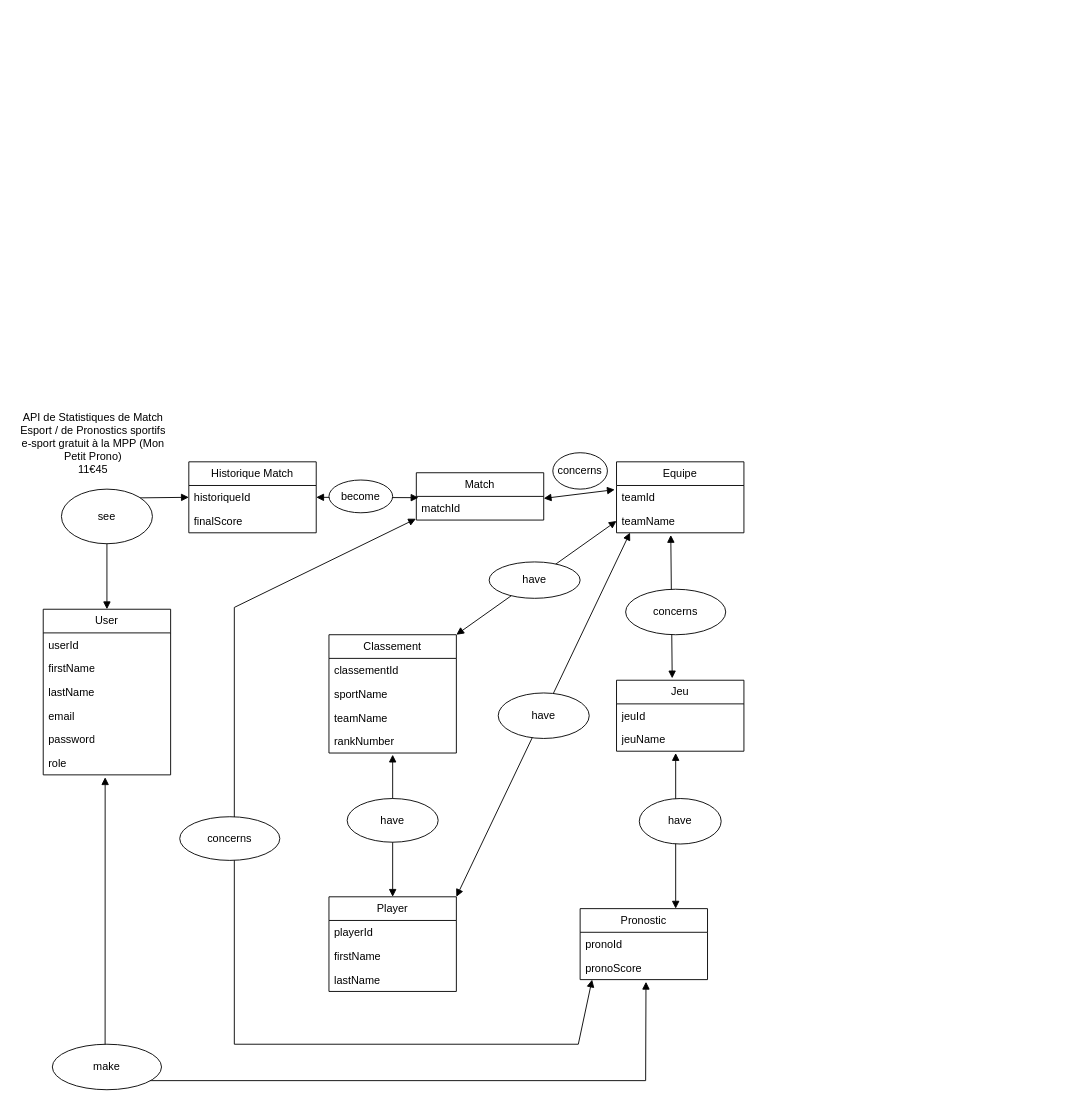
Above: api/MCD API Statistiques Matchs Esport.drawio in Evan-Duval/Langage-PHP (draw.io), before the change. Source tidied: cells renumbered, new cells numbered last; positions are measured from the earlier drawing's top-left corner, leaving out a move shared by most shapes. Both pictures are drawn from the tidied source at 91%, with x=0, y=0 at pixel (15, 407).
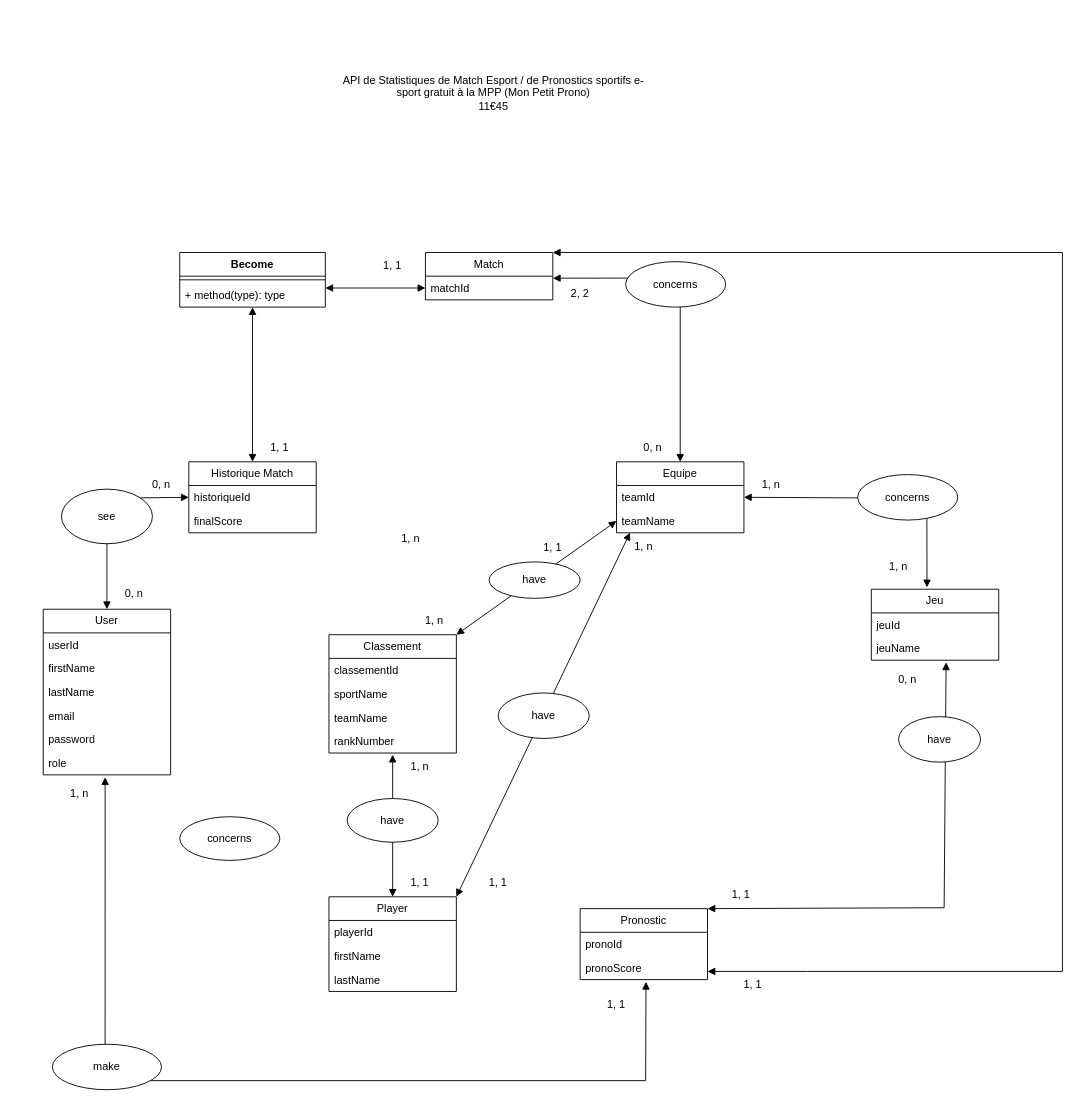
Above is the later version.

Commit message:
Mettre à jour MCD API Statistiques Matchs Esport.drawio

The change refers to these unchanged cells:
```xml
<mxCell id="10" value="Historique Match" style="swimlane;fontStyle=0;horizontal=1;startSize=26;fillColor=none;whiteSpace=wrap;html=1;" parent="1" vertex="1">
  <mxGeometry x="190" y="60" width="140" height="78" as="geometry" />
</mxCell>
<mxCell id="11" value="historiqueId" style="text;strokeColor=none;fillColor=none;align=left;verticalAlign=top;spacingLeft=4;spacingRight=4;overflow=hidden;points=[[0,0.5],[1,0.5]];portConstraint=eastwest;whiteSpace=wrap;html=1;" parent="10" vertex="1">
  <mxGeometry y="26" width="140" height="26" as="geometry" />
</mxCell>
<mxCell id="20" value="jeuName" style="text;strokeColor=none;fillColor=none;align=left;verticalAlign=top;spacingLeft=4;spacingRight=4;overflow=hidden;points=[[0,0.5],[1,0.5]];portConstraint=eastwest;whiteSpace=wrap;html=1;" parent="18" vertex="1">
  <mxGeometry y="52" width="140" height="26" as="geometry" />
</mxCell>
<mxCell id="21" value="Equipe" style="swimlane;fontStyle=0;horizontal=1;startSize=26;fillColor=none;whiteSpace=wrap;html=1;" parent="1" vertex="1">
  <mxGeometry x="660" y="60" width="140" height="78" as="geometry" />
</mxCell>
<mxCell id="22" value="teamId" style="text;strokeColor=none;fillColor=none;align=left;verticalAlign=top;spacingLeft=4;spacingRight=4;overflow=hidden;points=[[0,0.5],[1,0.5]];portConstraint=eastwest;whiteSpace=wrap;html=1;" parent="21" vertex="1">
  <mxGeometry y="26" width="140" height="26" as="geometry" />
</mxCell>
<mxCell id="23" value="teamName" style="text;strokeColor=none;fillColor=none;align=left;verticalAlign=top;spacingLeft=4;spacingRight=4;overflow=hidden;points=[[0,0.5],[1,0.5]];portConstraint=eastwest;whiteSpace=wrap;html=1;" parent="21" vertex="1">
  <mxGeometry y="52" width="140" height="26" as="geometry" />
</mxCell>
<mxCell id="28" value="Pronostic" style="swimlane;fontStyle=0;horizontal=1;startSize=26;fillColor=none;whiteSpace=wrap;html=1;" parent="1" vertex="1">
  <mxGeometry x="620" y="551" width="140" height="78" as="geometry" />
</mxCell>
<mxCell id="30" value="pronoScore" style="text;strokeColor=none;fillColor=none;align=left;verticalAlign=top;spacingLeft=4;spacingRight=4;overflow=hidden;points=[[0,0.5],[1,0.5]];portConstraint=eastwest;whiteSpace=wrap;html=1;" parent="28" vertex="1">
  <mxGeometry y="52" width="140" height="26" as="geometry" />
</mxCell>
<mxCell id="32" value="matchId" style="text;strokeColor=none;fillColor=none;align=left;verticalAlign=top;spacingLeft=4;spacingRight=4;overflow=hidden;points=[[0,0.5],[1,0.5]];portConstraint=eastwest;whiteSpace=wrap;html=1;" parent="31" vertex="1">
  <mxGeometry y="26" width="140" height="26" as="geometry" />
</mxCell>
```

Change to the diagram source:
```diff
@@
     <mxCell id="9" value="API de Statistiques de Match Esport / de Pronostics sportifs e-sport gratuit à la MPP (Mon Petit Prono)&lt;div&gt;11€45&lt;/div&gt;" style="text;html=1;align=center;verticalAlign=middle;whiteSpace=wrap;rounded=0;" parent="1" vertex="1">
-      <mxGeometry width="170" height="80" as="geometry" />
+      <mxGeometry x="350" y="-430" width="350" height="170" as="geometry" />
     </mxCell>
@@
     <mxCell id="18" value="Jeu" style="swimlane;fontStyle=0;horizontal=1;startSize=26;fillColor=none;whiteSpace=wrap;html=1;" parent="1" vertex="1">
-      <mxGeometry x="660" y="300" width="140" height="78" as="geometry" />
+      <mxGeometry x="940" y="200" width="140" height="78" as="geometry" />
     </mxCell>
@@
     <mxCell id="31" value="Match" style="swimlane;fontStyle=0;horizontal=1;startSize=26;fillColor=none;whiteSpace=wrap;html=1;" parent="1" vertex="1">
-      <mxGeometry x="440" y="72" width="140" height="52" as="geometry" />
+      <mxGeometry x="450" y="-170" width="140" height="52" as="geometry" />
     </mxCell>
@@
-    <mxCell id="33" style="endArrow=block;startArrow=block;endFill=1;startFill=1;html=1;rounded=0;exitX=0.426;exitY=1.092;exitDx=0;exitDy=0;exitPerimeter=0;entryX=0.437;entryY=-0.026;entryDx=0;entryDy=0;entryPerimeter=0;" parent="1" edge="1" source="23" target="18">
-      <mxGeometry relative="1" as="geometry" />
+    <mxCell id="33" style="endArrow=block;startArrow=block;endFill=1;startFill=1;html=1;rounded=0;exitX=1;exitY=0.5;exitDx=0;exitDy=0;entryX=0.437;entryY=-0.026;entryDx=0;entryDy=0;entryPerimeter=0;" parent="1" edge="1" source="22" target="18">
+      <mxGeometry relative="1" as="geometry">
+        <Array as="points">
+          <mxPoint x="1001" y="100" />
+        </Array>
+      </mxGeometry>
     </mxCell>
     <mxCell id="34" value="concerns" style="ellipse;whiteSpace=wrap;html=1;" parent="1" vertex="1">
-      <mxGeometry x="670" y="200" width="110" height="50" as="geometry" />
+      <mxGeometry x="925" y="74" width="110" height="50" as="geometry" />
     </mxCell>
@@
-    <mxCell id="37" style="endArrow=block;startArrow=block;endFill=1;startFill=1;html=1;rounded=0;exitX=0.017;exitY=0.054;exitDx=0;exitDy=0;entryX=1;entryY=0.5;entryDx=0;entryDy=0;exitPerimeter=0;" parent="1" edge="1" source="32" target="11">
-      <mxGeometry relative="1" as="geometry" />
-    </mxCell>
-    <mxCell id="38" value="become" style="ellipse;whiteSpace=wrap;html=1;" parent="1" vertex="1">
-      <mxGeometry x="344" y="80" width="70" height="36" as="geometry" />
-    </mxCell>
-    <mxCell id="39" value="concerns" style="ellipse;whiteSpace=wrap;html=1;" parent="1" vertex="1">
-      <mxGeometry x="590" y="50" width="60" height="40" as="geometry" />
-    </mxCell>
-    <mxCell id="40" style="endArrow=block;startArrow=block;endFill=1;startFill=1;html=1;rounded=0;exitX=-0.014;exitY=0.177;exitDx=0;exitDy=0;entryX=1;entryY=0.085;entryDx=0;entryDy=0;exitPerimeter=0;entryPerimeter=0;" parent="1" edge="1" source="22" target="32">
-      <mxGeometry relative="1" as="geometry" />
+    <mxCell id="40" style="endArrow=block;startArrow=block;endFill=1;startFill=1;html=1;rounded=0;exitX=0.5;exitY=0;exitDx=0;exitDy=0;entryX=1;entryY=0.085;entryDx=0;entryDy=0;entryPerimeter=0;" parent="1" edge="1" source="21" target="32">
+      <mxGeometry relative="1" as="geometry">
+        <Array as="points">
+          <mxPoint x="730" y="-142" />
+        </Array>
+      </mxGeometry>
     </mxCell>
-    <mxCell id="41" style="endArrow=block;startArrow=block;endFill=1;startFill=1;html=1;rounded=0;entryX=0.75;entryY=0;entryDx=0;entryDy=0;" parent="1" edge="1" target="28">
+    <mxCell id="41" style="endArrow=block;startArrow=block;endFill=1;startFill=1;html=1;rounded=0;exitX=0.587;exitY=1.088;exitDx=0;exitDy=0;exitPerimeter=0;" parent="1" edge="1" source="20">
       <mxGeometry relative="1" as="geometry">
-        <mxPoint x="725" y="380" as="sourcePoint" />
+        <mxPoint x="760" y="551" as="targetPoint" />
+        <Array as="points">
+          <mxPoint x="1020" y="550" />
+        </Array>
       </mxGeometry>
     </mxCell>
@@
     <mxCell id="44" value="have" style="ellipse;whiteSpace=wrap;html=1;" parent="1" vertex="1">
-      <mxGeometry x="685" y="430" width="90" height="50" as="geometry" />
+      <mxGeometry x="970" y="340" width="90" height="50" as="geometry" />
     </mxCell>
@@
-    <mxCell id="51" style="endArrow=block;startArrow=block;endFill=1;startFill=1;html=1;rounded=0;exitX=-0.003;exitY=0.946;exitDx=0;exitDy=0;entryX=0.094;entryY=1;entryDx=0;entryDy=0;exitPerimeter=0;entryPerimeter=0;" parent="1" edge="1" source="32" target="30">
+    <mxCell id="51" style="endArrow=block;startArrow=block;endFill=1;startFill=1;html=1;rounded=0;exitX=1;exitY=0;exitDx=0;exitDy=0;" parent="1" edge="1" source="31">
       <mxGeometry relative="1" as="geometry">
+        <mxPoint x="760" y="620" as="targetPoint" />
         <Array as="points">
-          <mxPoint x="240" y="220" />
-          <mxPoint x="240" y="700" />
-          <mxPoint x="618" y="700" />
+          <mxPoint x="1150" y="-170" />
+          <mxPoint x="1150" y="620" />
+          <mxPoint x="1010" y="620" />
+          <mxPoint x="870" y="620" />
         </Array>
       </mxGeometry>
     </mxCell>
@@
+    <mxCell id="53" value="1, n" style="text;html=1;align=center;verticalAlign=middle;whiteSpace=wrap;rounded=0;" parent="1" vertex="1">
+      <mxGeometry x="40" y="410" width="60" height="30" as="geometry" />
+    </mxCell>
+    <mxCell id="54" value="1, 1" style="text;html=1;align=center;verticalAlign=middle;whiteSpace=wrap;rounded=0;" parent="1" vertex="1">
+      <mxGeometry x="630" y="642" width="60" height="30" as="geometry" />
+    </mxCell>
+    <mxCell id="55" value="1, 1" style="text;html=1;align=center;verticalAlign=middle;whiteSpace=wrap;rounded=0;" parent="1" vertex="1">
+      <mxGeometry x="767" y="521" width="60" height="30" as="geometry" />
+    </mxCell>
+    <mxCell id="56" value="0, n" style="text;html=1;align=center;verticalAlign=middle;whiteSpace=wrap;rounded=0;" parent="1" vertex="1">
+      <mxGeometry x="950" y="284" width="60" height="30" as="geometry" />
+    </mxCell>
+    <mxCell id="57" value="1, n" style="text;html=1;align=center;verticalAlign=middle;whiteSpace=wrap;rounded=0;" parent="1" vertex="1">
+      <mxGeometry x="940" y="160" width="60" height="30" as="geometry" />
+    </mxCell>
+    <mxCell id="58" value="1, n" style="text;html=1;align=center;verticalAlign=middle;whiteSpace=wrap;rounded=0;" parent="1" vertex="1">
+      <mxGeometry x="800" y="70" width="60" height="30" as="geometry" />
+    </mxCell>
+    <mxCell id="59" value="0, n" style="text;html=1;align=center;verticalAlign=middle;whiteSpace=wrap;rounded=0;" parent="1" vertex="1">
+      <mxGeometry x="670" y="30" width="60" height="30" as="geometry" />
+    </mxCell>
+    <mxCell id="60" value="2, 2" style="text;html=1;align=center;verticalAlign=middle;whiteSpace=wrap;rounded=0;" parent="1" vertex="1">
+      <mxGeometry x="590" y="-140" width="60" height="30" as="geometry" />
+    </mxCell>
+    <mxCell id="61" value="1, 1" style="text;html=1;align=center;verticalAlign=middle;whiteSpace=wrap;rounded=0;" parent="1" vertex="1">
+      <mxGeometry x="384" y="-170" width="60" height="30" as="geometry" />
+    </mxCell>
+    <mxCell id="62" value="1, 1" style="text;html=1;align=center;verticalAlign=middle;whiteSpace=wrap;rounded=0;" parent="1" vertex="1">
+      <mxGeometry x="260" y="30" width="60" height="30" as="geometry" />
+    </mxCell>
+    <mxCell id="63" value="0, n" style="text;html=1;align=center;verticalAlign=middle;whiteSpace=wrap;rounded=0;" parent="1" vertex="1">
+      <mxGeometry x="100" y="190" width="60" height="30" as="geometry" />
+    </mxCell>
+    <mxCell id="64" value="0, n" style="text;html=1;align=center;verticalAlign=middle;whiteSpace=wrap;rounded=0;" parent="1" vertex="1">
+      <mxGeometry x="130" y="70" width="60" height="30" as="geometry" />
+    </mxCell>
+    <mxCell id="65" value="1, n" style="text;html=1;align=center;verticalAlign=middle;whiteSpace=wrap;rounded=0;" parent="1" vertex="1">
+      <mxGeometry x="404" y="130" width="60" height="30" as="geometry" />
+    </mxCell>
+    <mxCell id="66" value="1, 1" style="text;html=1;align=center;verticalAlign=middle;whiteSpace=wrap;rounded=0;" parent="1" vertex="1">
+      <mxGeometry x="780" y="620" width="60" height="30" as="geometry" />
+    </mxCell>
+    <mxCell id="67" value="1, 1" style="text;html=1;align=center;verticalAlign=middle;whiteSpace=wrap;rounded=0;" parent="1" vertex="1">
+      <mxGeometry x="500" y="508" width="60" height="30" as="geometry" />
+    </mxCell>
+    <mxCell id="68" value="1, n" style="text;html=1;align=center;verticalAlign=middle;whiteSpace=wrap;rounded=0;" parent="1" vertex="1">
+      <mxGeometry x="660" y="138" width="60" height="30" as="geometry" />
+    </mxCell>
+    <mxCell id="69" value="1, 1" style="text;html=1;align=center;verticalAlign=middle;whiteSpace=wrap;rounded=0;" parent="1" vertex="1">
+      <mxGeometry x="560" y="140" width="60" height="30" as="geometry" />
+    </mxCell>
+    <mxCell id="70" value="1, n" style="text;html=1;align=center;verticalAlign=middle;whiteSpace=wrap;rounded=0;" parent="1" vertex="1">
+      <mxGeometry x="430" y="220" width="60" height="30" as="geometry" />
+    </mxCell>
+    <mxCell id="71" value="1, 1" style="text;html=1;align=center;verticalAlign=middle;whiteSpace=wrap;rounded=0;" parent="1" vertex="1">
+      <mxGeometry x="414" y="508" width="60" height="30" as="geometry" />
+    </mxCell>
+    <mxCell id="72" value="1, n" style="text;html=1;align=center;verticalAlign=middle;whiteSpace=wrap;rounded=0;" parent="1" vertex="1">
+      <mxGeometry x="414" y="380" width="60" height="30" as="geometry" />
+    </mxCell>
+    <mxCell id="39" value="concerns" style="ellipse;whiteSpace=wrap;html=1;" parent="1" vertex="1">
+      <mxGeometry x="670" y="-160" width="110" height="50" as="geometry" />
+    </mxCell>
+    <mxCell id="73" value="Become" style="swimlane;fontStyle=1;align=center;verticalAlign=top;horizontal=1;startSize=26;whiteSpace=wrap;html=1;" parent="1" vertex="1">
+      <mxGeometry x="180" y="-170" width="160" height="60" as="geometry" />
+    </mxCell>
+    <mxCell id="74" style="line;strokeWidth=1;fillColor=none;align=left;verticalAlign=middle;spacingTop=-1;spacingLeft=3;spacingRight=3;labelPosition=right;strokeColor=inherit;" parent="73" vertex="1">
+      <mxGeometry y="26" width="160" height="8" as="geometry" />
+    </mxCell>
+    <mxCell id="75" value="+ method(type): type" style="text;strokeColor=none;fillColor=none;align=left;verticalAlign=top;spacingLeft=4;spacingRight=4;overflow=hidden;points=[[0,0.5],[1,0.5]];portConstraint=eastwest;whiteSpace=wrap;html=1;" parent="73" vertex="1">
+      <mxGeometry y="34" width="160" height="26" as="geometry" />
+    </mxCell>
+    <mxCell id="76" style="endArrow=block;startArrow=block;endFill=1;startFill=1;html=1;rounded=0;entryX=0;entryY=0.5;entryDx=0;entryDy=0;" parent="1" edge="1" target="32">
+      <mxGeometry relative="1" as="geometry">
+        <mxPoint x="340" y="-131" as="sourcePoint" />
+      </mxGeometry>
+    </mxCell>
+    <mxCell id="77" style="endArrow=block;startArrow=block;endFill=1;startFill=1;html=1;rounded=0;entryX=0.5;entryY=0;entryDx=0;entryDy=0;" parent="1" edge="1" source="75" target="10">
+      <mxGeometry relative="1" as="geometry" />
+    </mxCell>
```
